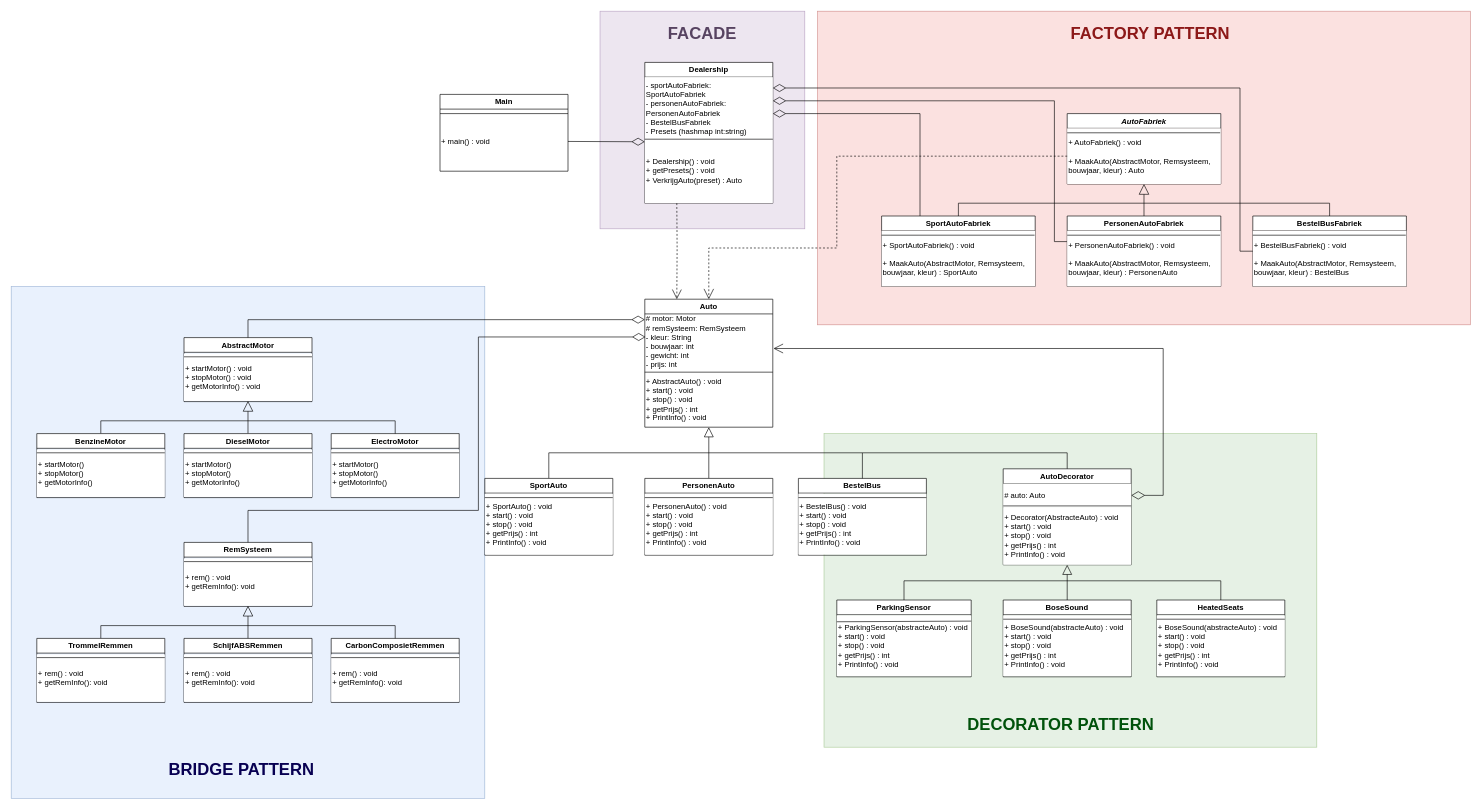
The draw.io diagram final_uml.drawio in Elipam/Design-patterns, before the edit. Source tidied: cells renumbered, new cells numbered last; positions are measured from the earlier drawing's top-left corner, leaving out a move shared by most shapes. Both pictures are drawn from the tidied source at 64%, with x=0, y=0 at pixel (11, 11).
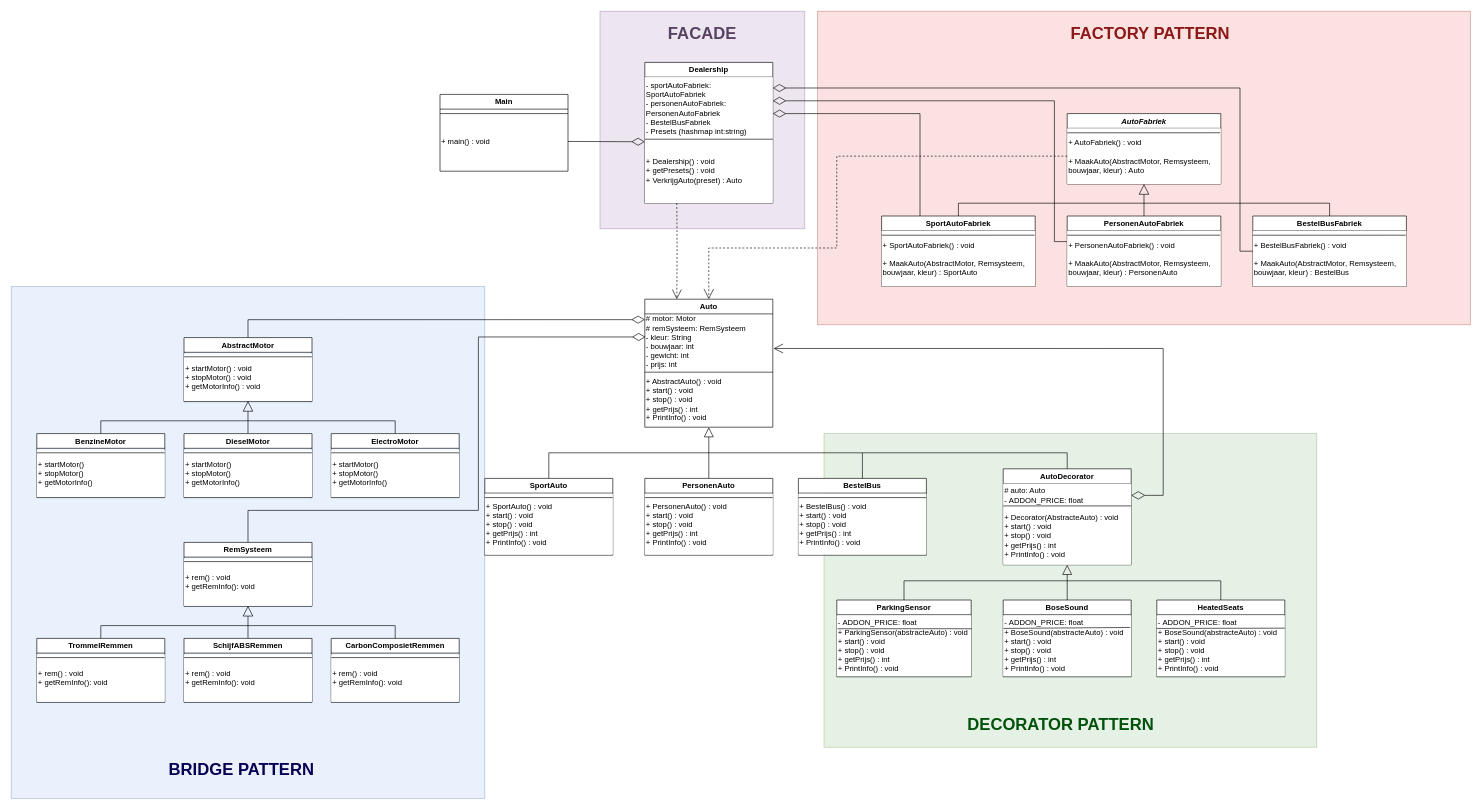
The same page after the edit.

Commit message:
addon price voor vies kutje

The change refers to these unchanged cells:
```xml
<mxCell id="21" value="AutoDecorator" style="swimlane;whiteSpace=wrap;html=1;" parent="1" vertex="1">
  <mxGeometry x="1550" y="715" width="200" height="150" as="geometry" />
</mxCell>
<mxCell id="27" value="BoseSound" style="swimlane;whiteSpace=wrap;html=1;" parent="1" vertex="1">
  <mxGeometry x="1550" y="920" width="200" height="120" as="geometry" />
</mxCell>
<mxCell id="30" value="HeatedSeats" style="swimlane;whiteSpace=wrap;html=1;fillColor=default;" parent="1" vertex="1">
  <mxGeometry x="1790" y="920" width="200" height="120" as="geometry" />
</mxCell>
<mxCell id="34" value="ParkingSensor" style="swimlane;whiteSpace=wrap;html=1;" parent="1" vertex="1">
  <mxGeometry x="1290" y="920" width="210" height="120" as="geometry" />
</mxCell>
```

The edit, as a diff of the source:
```diff
@@
-    <mxCell id="22" value="# auto: Auto" style="text;html=1;align=left;verticalAlign=middle;whiteSpace=wrap;rounded=0;fillColor=default;" parent="21" vertex="1">
+    <mxCell id="22" value="# auto: Auto&lt;div&gt;&lt;div&gt;-&amp;nbsp;ADDON_PRICE: float&lt;/div&gt;&lt;/div&gt;" style="text;html=1;align=left;verticalAlign=middle;whiteSpace=wrap;rounded=0;fillColor=default;" parent="21" vertex="1">
       <mxGeometry y="23" width="200" height="37" as="geometry" />
     </mxCell>
@@
-    <mxCell id="28" value="&lt;div&gt;+ BoseSound(abstracteAuto) : void&lt;/div&gt;+ start() : void&lt;div&gt;+ stop() : void&lt;/div&gt;&lt;div&gt;+ getPrijs() : int&lt;/div&gt;&lt;div&gt;&lt;span style=&quot;background-color: initial;&quot;&gt;+ PrintInfo() : void&lt;/span&gt;&lt;br&gt;&lt;/div&gt;" style="text;html=1;align=left;verticalAlign=middle;whiteSpace=wrap;rounded=0;fillColor=default;" parent="27" vertex="1">
+    <mxCell id="28" value="&lt;div&gt;&lt;div&gt;-&amp;nbsp;ADDON_PRICE: float&lt;/div&gt;&lt;/div&gt;&lt;div&gt;+ BoseSound(abstracteAuto) : void&lt;/div&gt;+ start() : void&lt;div&gt;+ stop() : void&lt;/div&gt;&lt;div&gt;+ getPrijs() : int&lt;/div&gt;&lt;div&gt;&lt;span style=&quot;background-color: initial;&quot;&gt;+ PrintInfo() : void&lt;/span&gt;&lt;br&gt;&lt;/div&gt;" style="text;html=1;align=left;verticalAlign=middle;whiteSpace=wrap;rounded=0;fillColor=default;" parent="27" vertex="1">
       <mxGeometry y="24" width="200" height="95" as="geometry" />
     </mxCell>
-    <mxCell id="29" style="endArrow=none;html=1;rounded=0;exitX=0;exitY=0.75;exitDx=0;exitDy=0;entryX=1;entryY=0.75;entryDx=0;entryDy=0;" parent="27" edge="1">
-      <mxGeometry relative="1" as="geometry">
-        <mxPoint y="30" as="sourcePoint" />
-        <mxPoint x="200" y="30" as="targetPoint" />
-      </mxGeometry>
+    <mxCell id="29" style="endArrow=none;html=1;rounded=0;exitX=0.002;exitY=0.215;exitDx=0;exitDy=0;entryX=0.992;entryY=0.199;entryDx=0;entryDy=0;entryPerimeter=0;exitPerimeter=0;" parent="27" edge="1" source="28" target="28">
+      <mxGeometry relative="1" as="geometry" />
     </mxCell>
@@
-    <mxCell id="31" value="&lt;div&gt;+ BoseSound(abstracteAuto) : void&lt;/div&gt;+ start() : void&lt;div&gt;+ stop() : void&lt;/div&gt;&lt;div&gt;+ getPrijs() : int&lt;/div&gt;&lt;div&gt;&lt;span style=&quot;background-color: initial;&quot;&gt;+ PrintInfo() : void&lt;/span&gt;&lt;br&gt;&lt;/div&gt;" style="text;html=1;align=left;verticalAlign=middle;whiteSpace=wrap;rounded=0;fillColor=default;imageWidth=31;" parent="30" vertex="1">
+    <mxCell id="31" value="&lt;div&gt;&lt;div&gt;-&amp;nbsp;ADDON_PRICE: float&lt;/div&gt;&lt;/div&gt;&lt;div&gt;+ BoseSound(abstracteAuto) : void&lt;/div&gt;+ start() : void&lt;div&gt;+ stop() : void&lt;/div&gt;&lt;div&gt;+ getPrijs() : int&lt;/div&gt;&lt;div&gt;&lt;span style=&quot;background-color: initial;&quot;&gt;+ PrintInfo() : void&lt;/span&gt;&lt;br&gt;&lt;/div&gt;" style="text;html=1;align=left;verticalAlign=middle;whiteSpace=wrap;rounded=0;fillColor=default;imageWidth=31;" parent="30" vertex="1">
       <mxGeometry y="24" width="200" height="95" as="geometry" />
     </mxCell>
-    <mxCell id="32" style="endArrow=none;html=1;rounded=0;exitX=0;exitY=0.75;exitDx=0;exitDy=0;entryX=1;entryY=0.75;entryDx=0;entryDy=0;" parent="30" edge="1">
+    <mxCell id="32" style="endArrow=none;html=1;rounded=0;exitX=-0.001;exitY=0.215;exitDx=0;exitDy=0;exitPerimeter=0;" parent="30" edge="1" source="31">
       <mxGeometry relative="1" as="geometry">
-        <mxPoint y="30" as="sourcePoint" />
-        <mxPoint x="200" y="30" as="targetPoint" />
+        <mxPoint x="200" y="44" as="targetPoint" />
       </mxGeometry>
     </mxCell>
@@
-    <mxCell id="35" value="&lt;div&gt;+ ParkingSensor(abstracteAuto) : void&lt;/div&gt;+ start() : void&lt;div&gt;+ stop() : void&lt;/div&gt;&lt;div&gt;+ getPrijs() : int&lt;/div&gt;&lt;div&gt;&lt;span style=&quot;background-color: initial;&quot;&gt;+ PrintInfo() : void&lt;/span&gt;&lt;br&gt;&lt;/div&gt;" style="text;html=1;align=left;verticalAlign=middle;whiteSpace=wrap;rounded=0;fillColor=default;" parent="34" vertex="1">
+    <mxCell id="35" value="&lt;div&gt;-&amp;nbsp;ADDON_PRICE: float&lt;/div&gt;&lt;div&gt;+ ParkingSensor(abstracteAuto) : void&lt;/div&gt;+ start() : void&lt;div&gt;+ stop() : void&lt;/div&gt;&lt;div&gt;+ getPrijs() : int&lt;/div&gt;&lt;div&gt;&lt;span style=&quot;background-color: initial;&quot;&gt;+ PrintInfo() : void&lt;/span&gt;&lt;br&gt;&lt;/div&gt;" style="text;html=1;align=left;verticalAlign=middle;whiteSpace=wrap;rounded=0;fillColor=default;" parent="34" vertex="1">
       <mxGeometry y="24" width="210" height="95" as="geometry" />
     </mxCell>
-    <mxCell id="36" style="endArrow=none;html=1;rounded=0;exitX=0;exitY=0.75;exitDx=0;exitDy=0;entryX=1;entryY=0;entryDx=0;entryDy=0;" parent="34" edge="1">
-      <mxGeometry relative="1" as="geometry">
-        <mxPoint y="34" as="sourcePoint" />
-        <mxPoint x="210" y="33" as="targetPoint" />
-      </mxGeometry>
+    <mxCell id="36" style="endArrow=none;html=1;rounded=0;exitX=0.006;exitY=0.22;exitDx=0;exitDy=0;exitPerimeter=0;entryX=1.004;entryY=0.22;entryDx=0;entryDy=0;entryPerimeter=0;" parent="34" edge="1" source="35" target="35">
+      <mxGeometry relative="1" as="geometry" />
     </mxCell>
```
